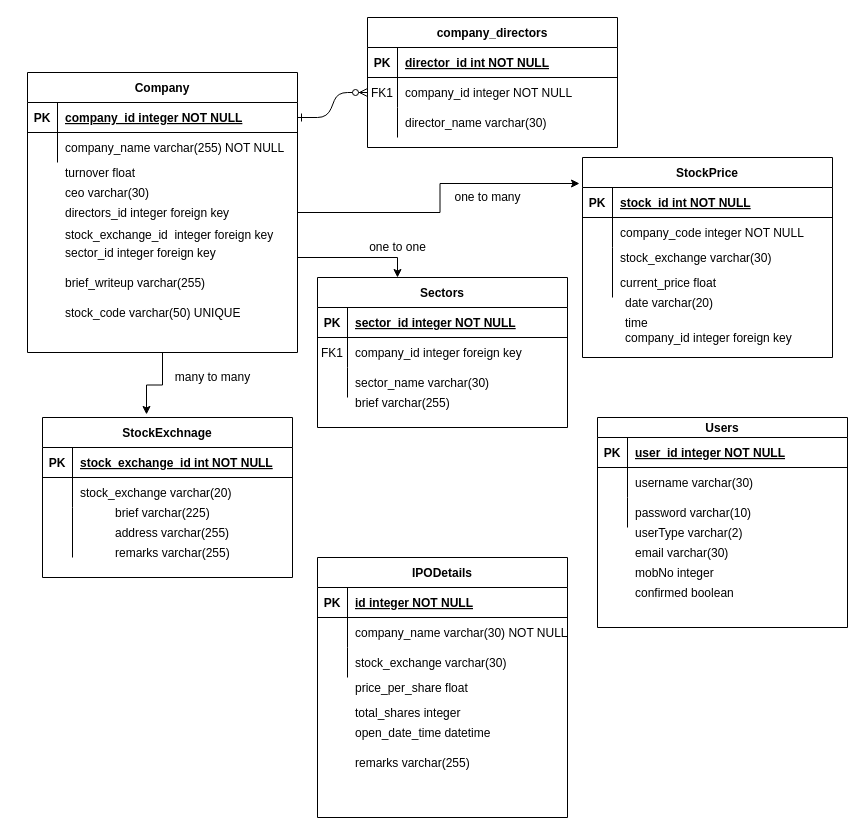
Earlier version of the draw.io diagram diagram/Untitled Diagram.drawio (Rishika-kapoor31/stockmarket). Source tidied: cells renumbered, new cells numbered last; positions are measured from the earlier drawing's top-left corner, leaving out a move shared by most shapes. Both pictures are drawn from the tidied source at 100%, with x=0, y=0 at pixel (27, 17).
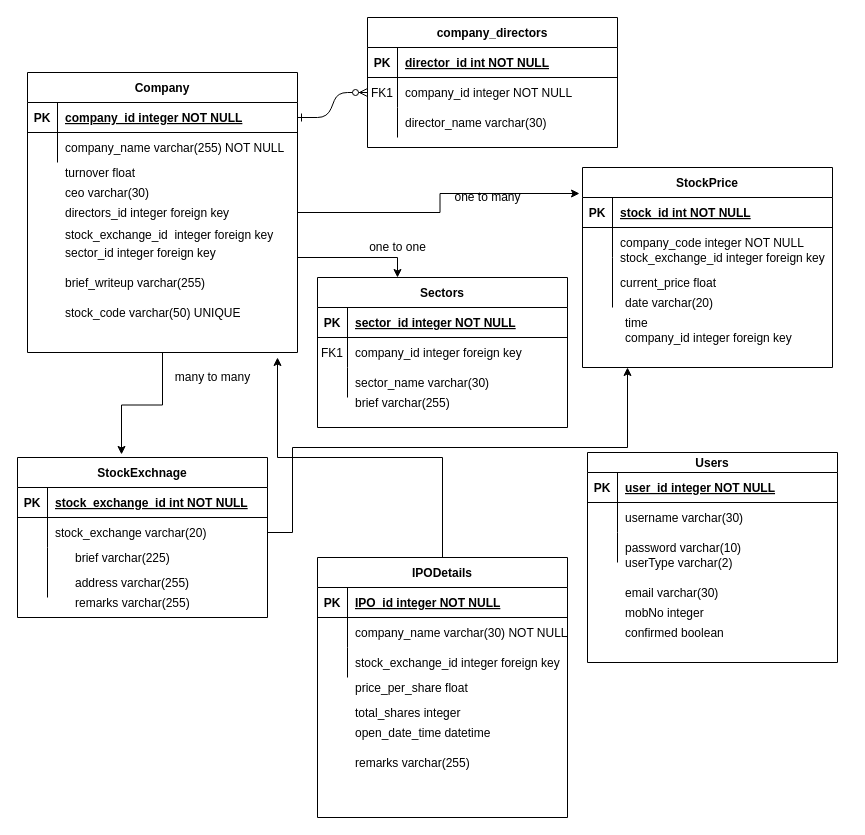
Above is the later version.

The change refers to these unchanged cells:
```xml
<mxCell id="52" style="shape=partialRectangle;fillColor=none;points=[[0,0.5],[1,0.5]];portConstraint=eastwest;top=0;left=0;right=0;bottom=0;" parent="48" vertex="1">
  <mxGeometry y="60" width="250" height="30" as="geometry" />
</mxCell>
<mxCell id="88" value="IPODetails" style="shape=table;startSize=30;childLayout=tableLayout;rowLines=0;fontStyle=1;align=center;" parent="1" vertex="1">
  <mxGeometry x="290" y="540" width="250" height="260" as="geometry" />
</mxCell>
<mxCell id="89" style="shape=partialRectangle;fillColor=none;top=0;left=0;right=0;bottom=1;" parent="88" vertex="1">
  <mxGeometry y="30" width="250" height="30" as="geometry" />
</mxCell>
<mxCell id="95" style="shape=partialRectangle;fillColor=none;top=0;left=0;right=0;bottom=0;" parent="88" vertex="1">
  <mxGeometry y="90" width="250" height="30" as="geometry" />
</mxCell>
```

The edit, as a diff of the source:
```diff
@@
     <mxCell id="13" value="StockPrice" style="shape=table;startSize=30;childLayout=tableLayout;rowLines=0;fontStyle=1;align=center;" parent="1" vertex="1">
-      <mxGeometry x="555" y="140" width="250" height="200" as="geometry" />
+      <mxGeometry x="555" y="150" width="250" height="200" as="geometry" />
     </mxCell>
@@
-    <mxCell id="43" value="stock_exchange varchar(30)" style="shape=partialRectangle;overflow=hidden;fillColor=none;top=0;left=0;bottom=0;right=0;align=left;spacingLeft=6;" parent="1" vertex="1">
+    <mxCell id="43" value="stock_exchange_id integer foreign key" style="shape=partialRectangle;overflow=hidden;fillColor=none;top=0;left=0;bottom=0;right=0;align=left;spacingLeft=6;" parent="1" vertex="1">
       <mxGeometry x="585" y="225" width="220" height="30" as="geometry" />
     </mxCell>
@@
     <mxCell id="48" value="StockExchnage" style="shape=table;startSize=30;childLayout=tableLayout;rowLines=0;fontStyle=1;align=center;" parent="1" vertex="1">
-      <mxGeometry x="15" y="400" width="250" height="160" as="geometry" />
+      <mxGeometry x="-10" y="440" width="250" height="160" as="geometry" />
     </mxCell>
@@
     <mxCell id="58" value="brief varchar(225)" style="shape=partialRectangle;overflow=hidden;fillColor=none;top=0;left=0;bottom=0;right=0;align=left;spacingLeft=6;" parent="1" vertex="1">
-      <mxGeometry x="80" y="480" width="220" height="30" as="geometry" />
+      <mxGeometry x="40" y="525" width="220" height="30" as="geometry" />
     </mxCell>
     <mxCell id="59" value="address varchar(255)" style="shape=partialRectangle;overflow=hidden;fillColor=none;top=0;left=0;bottom=0;right=0;align=left;spacingLeft=6;" parent="1" vertex="1">
-      <mxGeometry x="80" y="500" width="220" height="30" as="geometry" />
+      <mxGeometry x="40" y="550" width="220" height="30" as="geometry" />
     </mxCell>
     <mxCell id="60" value="remarks varchar(255)" style="shape=partialRectangle;overflow=hidden;fillColor=none;top=0;left=0;bottom=0;right=0;align=left;spacingLeft=6;" parent="1" vertex="1">
-      <mxGeometry x="80" y="520" width="220" height="30" as="geometry" />
+      <mxGeometry x="40" y="570" width="220" height="30" as="geometry" />
     </mxCell>
     <mxCell id="61" value="Users" style="shape=table;startSize=20;childLayout=tableLayout;rowLines=0;fontStyle=1;align=center;" parent="1" vertex="1">
-      <mxGeometry x="570" y="400" width="250" height="210" as="geometry" />
+      <mxGeometry x="560" y="435" width="250" height="210" as="geometry" />
     </mxCell>
@@
     <mxCell id="71" value="userType varchar(2)" style="shape=partialRectangle;overflow=hidden;fillColor=none;top=0;left=0;bottom=0;right=0;align=left;spacingLeft=6;" parent="1" vertex="1">
-      <mxGeometry x="600" y="500" width="220" height="30" as="geometry" />
+      <mxGeometry x="590" y="530" width="220" height="30" as="geometry" />
     </mxCell>
     <mxCell id="72" value="email varchar(30)" style="shape=partialRectangle;overflow=hidden;fillColor=none;top=0;left=0;bottom=0;right=0;align=left;spacingLeft=6;" parent="1" vertex="1">
-      <mxGeometry x="600" y="520" width="220" height="30" as="geometry" />
+      <mxGeometry x="590" y="560" width="220" height="30" as="geometry" />
     </mxCell>
     <mxCell id="73" value="mobNo integer" style="shape=partialRectangle;overflow=hidden;fillColor=none;top=0;left=0;bottom=0;right=0;align=left;spacingLeft=6;" parent="1" vertex="1">
-      <mxGeometry x="600" y="540" width="220" height="30" as="geometry" />
+      <mxGeometry x="590" y="580" width="220" height="30" as="geometry" />
     </mxCell>
     <mxCell id="74" value="confirmed boolean" style="shape=partialRectangle;overflow=hidden;fillColor=none;top=0;left=0;bottom=0;right=0;align=left;spacingLeft=6;" parent="1" vertex="1">
-      <mxGeometry x="600" y="560" width="220" height="30" as="geometry" />
+      <mxGeometry x="590" y="600" width="220" height="30" as="geometry" />
     </mxCell>
@@
+    <mxCell id="103" style="edgeStyle=orthogonalEdgeStyle;rounded=0;jettySize=auto;html=1;exitX=0.5;exitY=0;exitDx=0;exitDy=0;" parent="1" edge="1" source="88">
+      <mxGeometry relative="1" as="geometry">
+        <mxPoint x="250" y="340" as="targetPoint" />
+        <Array as="points">
+          <mxPoint x="415" y="440" />
+          <mxPoint x="250" y="440" />
+        </Array>
+      </mxGeometry>
+    </mxCell>
@@
-    <mxCell id="91" value="id integer NOT NULL" style="shape=partialRectangle;overflow=hidden;fillColor=none;top=0;left=0;bottom=0;right=0;align=left;spacingLeft=6;fontStyle=5;" parent="89" vertex="1">
+    <mxCell id="91" value="IPO_id integer NOT NULL" style="shape=partialRectangle;overflow=hidden;fillColor=none;top=0;left=0;bottom=0;right=0;align=left;spacingLeft=6;fontStyle=5;" parent="89" vertex="1">
       <mxGeometry x="30" width="220" height="30" as="geometry" />
     </mxCell>
@@
-    <mxCell id="97" value="stock_exchange varchar(30)" style="shape=partialRectangle;overflow=hidden;fillColor=none;top=0;left=0;bottom=0;right=0;align=left;spacingLeft=6;" parent="95" vertex="1">
+    <mxCell id="97" value="stock_exchange_id integer foreign key" style="shape=partialRectangle;overflow=hidden;fillColor=none;top=0;left=0;bottom=0;right=0;align=left;spacingLeft=6;" parent="95" vertex="1">
       <mxGeometry x="30" width="220" height="30" as="geometry" />
     </mxCell>
@@
+    <mxCell id="104" style="edgeStyle=orthogonalEdgeStyle;rounded=0;jettySize=auto;html=1;exitX=1;exitY=0.5;exitDx=0;exitDy=0;" parent="1" edge="1" source="52">
+      <mxGeometry relative="1" as="geometry">
+        <mxPoint x="600" y="350" as="targetPoint" />
+        <Array as="points">
+          <mxPoint x="265" y="430" />
+          <mxPoint x="600" y="430" />
+        </Array>
+      </mxGeometry>
+    </mxCell>
```
